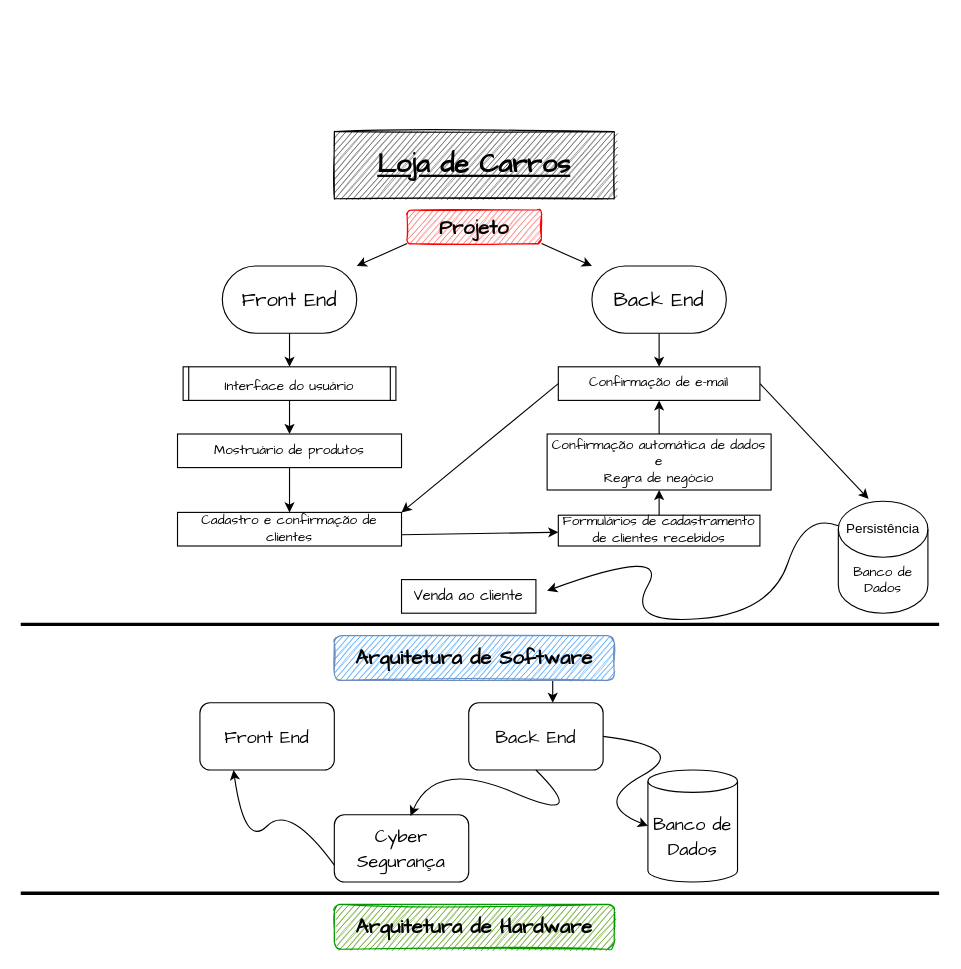
ipeeeed/arquivos-da-faculdade keeps this draw.io diagram as Loja de Carros.drawio. Above is the earlier version. Source tidied: cells renumbered, new cells numbered last; positions are measured from the earlier drawing's top-left corner, leaving out a move shared by most shapes. Both pictures are drawn from the tidied source at 112%, with x=0, y=0 at pixel (20, 131).
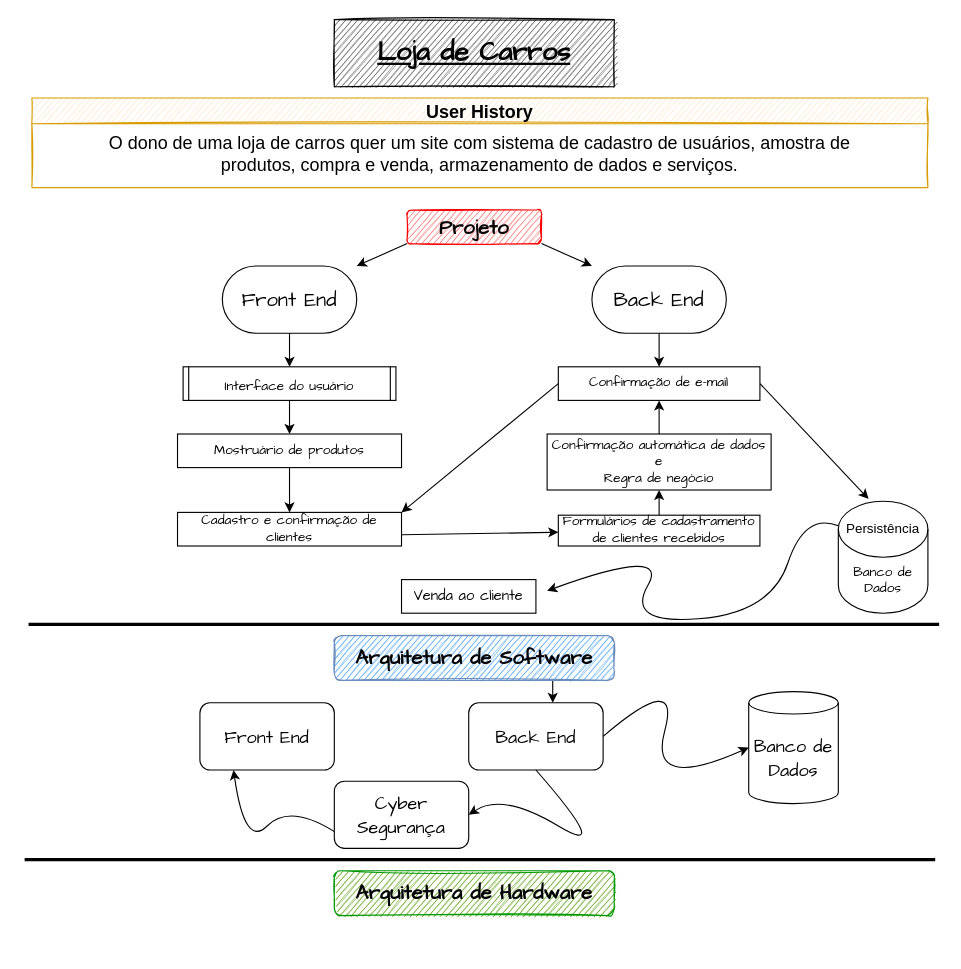
Above is the later version.

Unchanged cells that the change refers to:
```xml
<mxCell id="28" value="&lt;font style=&quot;font-size: 16px&quot;&gt;Back End&lt;/font&gt;" style="rounded=1;whiteSpace=wrap;html=1;fontFamily=Comic Sans MS;fontSize=18;" parent="1" vertex="1">
  <mxGeometry x="400" y="510" width="120" height="60" as="geometry" />
</mxCell>
```

What changed in the source:
```diff
@@
     <mxCell id="2" value="&lt;font style=&quot;font-size: 24px&quot; face=&quot;Comic Sans MS&quot;&gt;&lt;b&gt;&lt;u&gt;Loja de Carros&lt;/u&gt;&lt;/b&gt;&lt;/font&gt;" style="rounded=0;whiteSpace=wrap;html=1;sketch=1;fillColor=#4D4D4D;" parent="1" vertex="1">
-      <mxGeometry x="280" width="250" height="60" as="geometry" />
+      <mxGeometry x="280" y="-100" width="250" height="60" as="geometry" />
     </mxCell>
@@
     <mxCell id="27" value="&lt;font size=&quot;3&quot;&gt;Banco de Dados&lt;/font&gt;" style="shape=cylinder3;whiteSpace=wrap;html=1;boundedLbl=1;backgroundOutline=1;size=10;fontFamily=Comic Sans MS;fontSize=18;" parent="1" vertex="1">
-      <mxGeometry x="560" y="570" width="80" height="100" as="geometry" />
+      <mxGeometry x="650" y="500" width="80" height="100" as="geometry" />
     </mxCell>
@@
     <mxCell id="29" value="&lt;font style=&quot;font-size: 16px&quot;&gt;Cyber Segurança&lt;/font&gt;" style="rounded=1;whiteSpace=wrap;html=1;fontFamily=Comic Sans MS;fontSize=18;" parent="1" vertex="1">
-      <mxGeometry x="280" y="610" width="120" height="60" as="geometry" />
+      <mxGeometry x="280" y="580" width="120" height="60" as="geometry" />
     </mxCell>
@@
     <mxCell id="31" value="&lt;font face=&quot;Comic Sans MS&quot; style=&quot;font-size: 18px&quot;&gt;&lt;b&gt;Arquitetura de Hardware&lt;/b&gt;&lt;/font&gt;" style="rounded=1;whiteSpace=wrap;html=1;fillColor=#4D9900;strokeColor=#009900;sketch=1;strokeWidth=1;perimeterSpacing=0;" parent="1" vertex="1">
-      <mxGeometry x="280" y="690" width="250" height="40" as="geometry" />
+      <mxGeometry x="280" y="660" width="250" height="40" as="geometry" />
     </mxCell>
     <mxCell id="32" style="curved=1;endArrow=classic;html=1;rounded=0;fontFamily=Comic Sans MS;fontSize=14;fontColor=#000000;exitX=1;exitY=0.5;exitDx=0;exitDy=0;entryX=0;entryY=0.5;entryDx=0;entryDy=0;entryPerimeter=0;" parent="1" edge="1" source="28" target="27">
       <mxGeometry relative="1" as="geometry">
         <Array as="points">
-          <mxPoint x="600" y="550" />
-          <mxPoint x="510" y="600" />
+          <mxPoint x="590" y="480" />
+          <mxPoint x="560" y="590" />
         </Array>
       </mxGeometry>
     </mxCell>
-    <mxCell id="33" style="curved=1;endArrow=classic;html=1;rounded=0;fontFamily=Comic Sans MS;fontSize=14;fontColor=#000000;exitX=0.5;exitY=1;exitDx=0;exitDy=0;entryX=0.567;entryY=0.017;entryDx=0;entryDy=0;entryPerimeter=0;" parent="1" edge="1" source="28" target="29">
+    <mxCell id="33" style="curved=1;endArrow=classic;html=1;rounded=0;fontFamily=Comic Sans MS;fontSize=14;fontColor=#000000;exitX=0.5;exitY=1;exitDx=0;exitDy=0;entryX=1;entryY=0.5;entryDx=0;entryDy=0;" parent="1" edge="1" source="28" target="29">
       <mxGeometry relative="1" as="geometry">
         <Array as="points">
-          <mxPoint x="510" y="620" />
-          <mxPoint x="370" y="560" />
+          <mxPoint x="530" y="650" />
+          <mxPoint x="430" y="590" />
         </Array>
       </mxGeometry>
     </mxCell>
@@
     <mxCell id="36" style="endArrow=none;html=1;rounded=0;strokeWidth=3;" parent="1" edge="1">
       <mxGeometry relative="1" as="geometry">
-        <mxPoint y="440" as="sourcePoint" />
+        <mxPoint x="7" y="440" as="sourcePoint" />
         <mxPoint x="820" y="440" as="targetPoint" />
       </mxGeometry>
     </mxCell>
     <mxCell id="37" style="endArrow=none;html=1;rounded=0;strokeWidth=3;" parent="1" edge="1">
       <mxGeometry relative="1" as="geometry">
-        <mxPoint y="680" as="sourcePoint" />
-        <mxPoint x="820" y="680" as="targetPoint" />
+        <mxPoint x="3.5" y="650" as="sourcePoint" />
+        <mxPoint x="816.5" y="650" as="targetPoint" />
       </mxGeometry>
     </mxCell>
@@
+    <mxCell id="39" value="User History" style="swimlane;fontSize=16;fillColor=#ffe6cc;strokeColor=#d79b00;sketch=1;" parent="1" vertex="1">
+      <mxGeometry x="10" y="-30" width="800" height="80" as="geometry" />
+    </mxCell>
+    <mxCell id="40" value="&lt;div&gt;&lt;span&gt;O dono de uma loja de carros quer um site com sistema de cadastro de usuários, amostra de produtos, compra e venda, armazenamento de dados e serviços.&lt;/span&gt;&lt;/div&gt;" style="text;html=1;strokeColor=none;fillColor=none;align=center;verticalAlign=middle;whiteSpace=wrap;rounded=0;fontSize=16;sketch=1;" parent="39" vertex="1">
+      <mxGeometry x="65" y="20" width="670" height="60" as="geometry" />
+    </mxCell>
```
